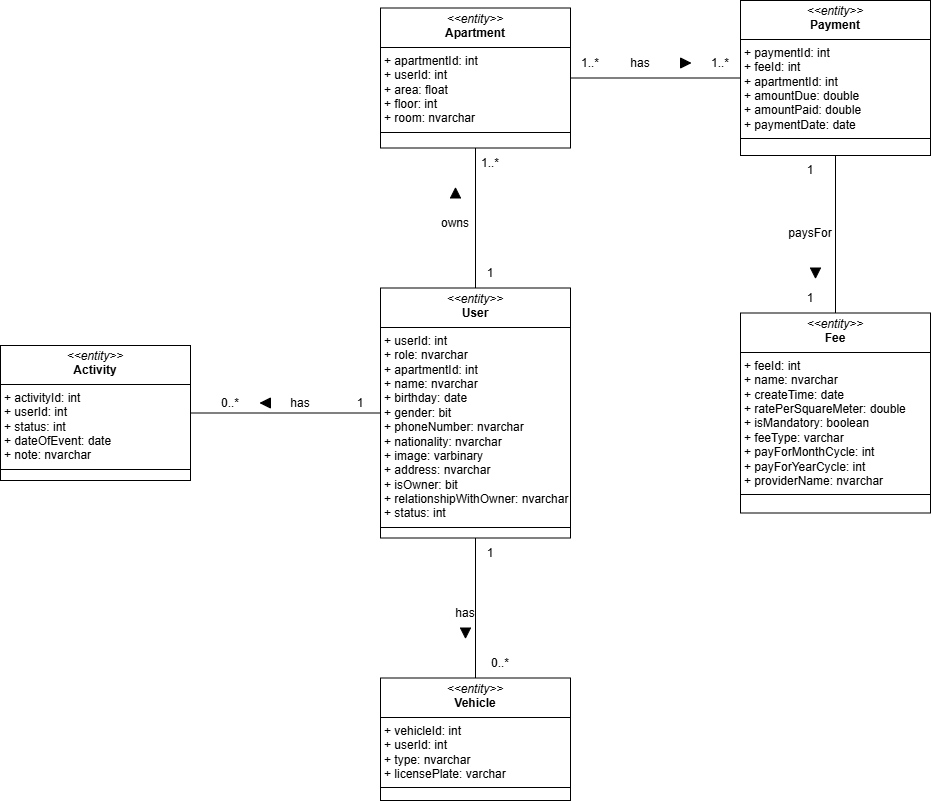
Before: Class-diagram/DomainClassDiagram.png, a diagram exported from draw.io (HuyEuler/Apartment-management-system). Source tidied: cells renumbered, new cells last; positions are measured from the earlier drawing's top-left corner, leaving out a move shared by most shapes. Its diagram source:
```xml
<mxGraphModel background="#ffffff">
  <root>
    <mxCell id="0" />
    <mxCell id="1" parent="0" />
    <mxCell id="2" value="&lt;p style=&quot;margin:0px;margin-top:4px;text-align:center;&quot;&gt;&lt;i&gt;&amp;lt;&amp;lt;entity&amp;gt;&amp;gt;&lt;/i&gt;&lt;br&gt;&lt;b&gt;User&lt;/b&gt;&lt;/p&gt;&lt;hr size=&quot;1&quot; style=&quot;border-style:solid;&quot;&gt;&lt;p style=&quot;margin:0px;margin-left:4px;&quot;&gt;+ userId: int&amp;nbsp;&amp;nbsp;&lt;/p&gt;&lt;p style=&quot;margin:0px;margin-left:4px;&quot;&gt;+ role: nvarchar&lt;/p&gt;&lt;p style=&quot;margin:0px;margin-left:4px;&quot;&gt;+ apartmentId: int&lt;/p&gt;&lt;p style=&quot;margin:0px;margin-left:4px;&quot;&gt;+ name: nvarchar&lt;/p&gt;&lt;p style=&quot;margin:0px;margin-left:4px;&quot;&gt;+ birthday: date&lt;/p&gt;&lt;p style=&quot;margin:0px;margin-left:4px;&quot;&gt;+ gender: bit&lt;/p&gt;&lt;p style=&quot;margin:0px;margin-left:4px;&quot;&gt;+ phoneNumber: nvarchar&lt;/p&gt;&lt;p style=&quot;margin:0px;margin-left:4px;&quot;&gt;+ nationality: nvarchar&lt;/p&gt;&lt;p style=&quot;margin:0px;margin-left:4px;&quot;&gt;+ image: varbinary&lt;/p&gt;&lt;p style=&quot;margin:0px;margin-left:4px;&quot;&gt;+ address: nvarchar&lt;/p&gt;&lt;p style=&quot;margin:0px;margin-left:4px;&quot;&gt;+ isOwner: bit&lt;br&gt;+ relationshipWithOwner: nvarchar&lt;br&gt;+ status: int&lt;/p&gt;&lt;hr size=&quot;1&quot; style=&quot;border-style:solid;&quot;&gt;&lt;p style=&quot;margin:0px;margin-left:4px;&quot;&gt;&lt;br&gt;&lt;/p&gt;" style="verticalAlign=top;align=left;overflow=fill;html=1;whiteSpace=wrap;" parent="1" vertex="1">
      <mxGeometry x="380" y="287.5" width="190" height="250" as="geometry" />
    </mxCell>
    <mxCell id="3" value="&lt;p style=&quot;margin:0px;margin-top:4px;text-align:center;&quot;&gt;&lt;i&gt;&amp;lt;&amp;lt;entity&amp;gt;&amp;gt;&lt;/i&gt;&lt;br&gt;&lt;b&gt;Apartment&lt;/b&gt;&lt;/p&gt;&lt;hr size=&quot;1&quot; style=&quot;border-style:solid;&quot;&gt;&lt;p style=&quot;margin:0px;margin-left:4px;&quot;&gt;+ apartmentId: int&amp;nbsp;&lt;/p&gt;&lt;p style=&quot;margin:0px;margin-left:4px;&quot;&gt;+ userId: int&amp;nbsp;&lt;/p&gt;&lt;p style=&quot;margin:0px;margin-left:4px;&quot;&gt;+ area: float&amp;nbsp;&amp;nbsp;&lt;/p&gt;&lt;p style=&quot;margin:0px;margin-left:4px;&quot;&gt;+ floor: int&lt;/p&gt;&lt;p style=&quot;margin:0px;margin-left:4px;&quot;&gt;+ room: nvarchar&lt;/p&gt;&lt;hr size=&quot;1&quot; style=&quot;border-style:solid;&quot;&gt;&lt;p style=&quot;margin:0px;margin-left:4px;&quot;&gt;&lt;br&gt;&lt;/p&gt;" style="verticalAlign=top;align=left;overflow=fill;html=1;whiteSpace=wrap;" parent="1" vertex="1">
      <mxGeometry x="380" y="7.5" width="190" height="140" as="geometry" />
    </mxCell>
    <mxCell id="4" value="&lt;p style=&quot;margin:0px;margin-top:4px;text-align:center;&quot;&gt;&lt;i&gt;&amp;lt;&amp;lt;entity&amp;gt;&amp;gt;&lt;/i&gt;&lt;br&gt;&lt;b&gt;Payment&lt;/b&gt;&lt;/p&gt;&lt;hr size=&quot;1&quot; style=&quot;border-style:solid;&quot;&gt;&lt;p style=&quot;margin:0px;margin-left:4px;&quot;&gt;+ paymentId: int&amp;nbsp;&amp;nbsp;&lt;/p&gt;&lt;p style=&quot;margin:0px;margin-left:4px;&quot;&gt;+ feeId: int&lt;br&gt;+ apartmentId: int&lt;/p&gt;&lt;p style=&quot;margin:0px;margin-left:4px;&quot;&gt;+ amountDue: double&amp;nbsp;&amp;nbsp;&lt;/p&gt;&lt;p style=&quot;margin:0px;margin-left:4px;&quot;&gt;+ amountPaid: double&lt;/p&gt;&lt;p style=&quot;margin:0px;margin-left:4px;&quot;&gt;+ paymentDate: date&lt;/p&gt;&lt;hr size=&quot;1&quot; style=&quot;border-style:solid;&quot;&gt;&lt;p style=&quot;margin:0px;margin-left:4px;&quot;&gt;&lt;br&gt;&lt;/p&gt;" style="verticalAlign=top;align=left;overflow=fill;html=1;whiteSpace=wrap;" parent="1" vertex="1">
      <mxGeometry x="740" width="190" height="155" as="geometry" />
    </mxCell>
    <mxCell id="5" value="&lt;p style=&quot;margin:0px;margin-top:4px;text-align:center;&quot;&gt;&lt;i&gt;&amp;lt;&amp;lt;entity&amp;gt;&amp;gt;&lt;/i&gt;&lt;br&gt;&lt;b&gt;Fee&lt;/b&gt;&lt;/p&gt;&lt;hr size=&quot;1&quot; style=&quot;border-style:solid;&quot;&gt;&lt;p style=&quot;margin:0px;margin-left:4px;&quot;&gt;+ feeId: int&amp;nbsp;&amp;nbsp;&lt;/p&gt;&lt;p style=&quot;margin:0px;margin-left:4px;&quot;&gt;+ name: nvarchar&lt;/p&gt;&lt;p style=&quot;margin:0px;margin-left:4px;&quot;&gt;+ createTime: date&lt;br&gt;+ ratePerSquareMeter: double&lt;br&gt;+ isMandatory: boolean&lt;br&gt;+ feeType: varchar&lt;/p&gt;&lt;p style=&quot;margin:0px;margin-left:4px;&quot;&gt;+ payForMonthCycle: int&lt;br&gt;+ payForYearCycle: int&lt;br&gt;+ providerName: nvarchar&lt;/p&gt;&lt;hr size=&quot;1&quot; style=&quot;border-style:solid;&quot;&gt;&lt;p style=&quot;margin:0px;margin-left:4px;&quot;&gt;&lt;br&gt;&lt;/p&gt;" style="verticalAlign=top;align=left;overflow=fill;html=1;whiteSpace=wrap;" parent="1" vertex="1">
      <mxGeometry x="740" y="312.5" width="190" height="200" as="geometry" />
    </mxCell>
    <mxCell id="6" value="&lt;p style=&quot;margin:0px;margin-top:4px;text-align:center;&quot;&gt;&lt;i&gt;&amp;lt;&amp;lt;entity&amp;gt;&amp;gt;&lt;/i&gt;&lt;br&gt;&lt;b&gt;Vehicle&lt;/b&gt;&lt;/p&gt;&lt;hr size=&quot;1&quot; style=&quot;border-style:solid;&quot;&gt;&lt;p style=&quot;margin:0px;margin-left:4px;&quot;&gt;+ vehicleId: int&amp;nbsp;&amp;nbsp;&lt;/p&gt;&lt;p style=&quot;margin:0px;margin-left:4px;&quot;&gt;+ userId: int&lt;/p&gt;&lt;p style=&quot;margin:0px;margin-left:4px;&quot;&gt;+ type: nvarchar&amp;nbsp;&amp;nbsp;&lt;/p&gt;&lt;p style=&quot;margin:0px;margin-left:4px;&quot;&gt;+ licensePlate: varchar&lt;/p&gt;&lt;hr size=&quot;1&quot; style=&quot;border-style:solid;&quot;&gt;&lt;p style=&quot;margin:0px;margin-left:4px;&quot;&gt;&lt;br&gt;&lt;/p&gt;" style="verticalAlign=top;align=left;overflow=fill;html=1;whiteSpace=wrap;" parent="1" vertex="1">
      <mxGeometry x="380" y="677.5" width="190" height="122.5" as="geometry" />
    </mxCell>
    <mxCell id="7" value="&lt;p style=&quot;margin:0px;margin-top:4px;text-align:center;&quot;&gt;&lt;i&gt;&amp;lt;&amp;lt;entity&amp;gt;&amp;gt;&lt;/i&gt;&lt;br&gt;&lt;b&gt;Activity&lt;/b&gt;&lt;/p&gt;&lt;hr size=&quot;1&quot; style=&quot;border-style:solid;&quot;&gt;&lt;p style=&quot;margin:0px;margin-left:4px;&quot;&gt;+ activityId: int&amp;nbsp;&amp;nbsp;&lt;/p&gt;&lt;p style=&quot;margin:0px;margin-left:4px;&quot;&gt;+ userId: int&lt;/p&gt;&lt;p style=&quot;margin:0px;margin-left:4px;&quot;&gt;+ status: int&lt;/p&gt;&lt;p style=&quot;margin:0px;margin-left:4px;&quot;&gt;+ dateOfEvent: date&amp;nbsp;&amp;nbsp;&lt;/p&gt;&lt;p style=&quot;margin:0px;margin-left:4px;&quot;&gt;+ note: nvarchar&lt;/p&gt;&lt;hr size=&quot;1&quot; style=&quot;border-style:solid;&quot;&gt;&lt;p style=&quot;margin:0px;margin-left:4px;&quot;&gt;&lt;br&gt;&lt;/p&gt;" style="verticalAlign=top;align=left;overflow=fill;html=1;whiteSpace=wrap;" parent="1" vertex="1">
      <mxGeometry y="345" width="190" height="135" as="geometry" />
    </mxCell>
    <mxCell id="8" style="endArrow=none;html=1;rounded=0;entryX=0.5;entryY=1;entryDx=0;entryDy=0;exitX=0.5;exitY=0;exitDx=0;exitDy=0;" parent="1" edge="1" source="2" target="3">
      <mxGeometry relative="1" as="geometry" />
    </mxCell>
    <mxCell id="9" style="endArrow=none;html=1;rounded=0;entryX=0.5;entryY=1;entryDx=0;entryDy=0;exitX=0.5;exitY=0;exitDx=0;exitDy=0;" parent="1" edge="1" source="6" target="2">
      <mxGeometry relative="1" as="geometry" />
    </mxCell>
    <mxCell id="10" style="endArrow=none;html=1;rounded=0;entryX=0;entryY=0.5;entryDx=0;entryDy=0;exitX=1;exitY=0.5;exitDx=0;exitDy=0;" parent="1" edge="1" source="7" target="2">
      <mxGeometry relative="1" as="geometry" />
    </mxCell>
    <mxCell id="11" style="endArrow=none;html=1;rounded=0;entryX=1;entryY=0.5;entryDx=0;entryDy=0;exitX=0;exitY=0.5;exitDx=0;exitDy=0;" parent="1" edge="1" source="4" target="3">
      <mxGeometry relative="1" as="geometry" />
    </mxCell>
    <mxCell id="12" style="endArrow=none;html=1;rounded=0;entryX=0.5;entryY=0;entryDx=0;entryDy=0;exitX=0.5;exitY=1;exitDx=0;exitDy=0;" parent="1" edge="1" source="4" target="5">
      <mxGeometry relative="1" as="geometry" />
    </mxCell>
    <mxCell id="13" value="0..*" style="text;html=1;align=center;verticalAlign=middle;whiteSpace=wrap;rounded=0;" parent="1" vertex="1">
      <mxGeometry x="200" y="387.5" width="60" height="30" as="geometry" />
    </mxCell>
    <mxCell id="14" value="1" style="text;html=1;align=center;verticalAlign=middle;whiteSpace=wrap;rounded=0;" parent="1" vertex="1">
      <mxGeometry x="330" y="387.5" width="60" height="30" as="geometry" />
    </mxCell>
    <mxCell id="15" value="1..*" style="text;html=1;align=center;verticalAlign=middle;whiteSpace=wrap;rounded=0;" parent="1" vertex="1">
      <mxGeometry x="460" y="147.5" width="60" height="30" as="geometry" />
    </mxCell>
    <mxCell id="16" value="1" style="text;html=1;align=center;verticalAlign=middle;whiteSpace=wrap;rounded=0;" parent="1" vertex="1">
      <mxGeometry x="460" y="257.5" width="60" height="30" as="geometry" />
    </mxCell>
    <mxCell id="17" value="1" style="text;html=1;align=center;verticalAlign=middle;whiteSpace=wrap;rounded=0;" parent="1" vertex="1">
      <mxGeometry x="460" y="537.5" width="60" height="30" as="geometry" />
    </mxCell>
    <mxCell id="18" value="0..*" style="text;html=1;align=center;verticalAlign=middle;whiteSpace=wrap;rounded=0;" parent="1" vertex="1">
      <mxGeometry x="470" y="647.5" width="60" height="30" as="geometry" />
    </mxCell>
    <mxCell id="19" value="1..*" style="text;html=1;align=center;verticalAlign=middle;whiteSpace=wrap;rounded=0;" parent="1" vertex="1">
      <mxGeometry x="560" y="47.5" width="60" height="30" as="geometry" />
    </mxCell>
    <mxCell id="20" value="1..*" style="text;html=1;align=center;verticalAlign=middle;whiteSpace=wrap;rounded=0;" parent="1" vertex="1">
      <mxGeometry x="690" y="47.5" width="60" height="30" as="geometry" />
    </mxCell>
    <mxCell id="21" value="1" style="text;html=1;align=center;verticalAlign=middle;whiteSpace=wrap;rounded=0;" parent="1" vertex="1">
      <mxGeometry x="780" y="155" width="60" height="30" as="geometry" />
    </mxCell>
    <mxCell id="22" value="1" style="text;html=1;align=center;verticalAlign=middle;whiteSpace=wrap;rounded=0;" parent="1" vertex="1">
      <mxGeometry x="780" y="282.5" width="60" height="30" as="geometry" />
    </mxCell>
    <mxCell id="23" style="triangle;whiteSpace=wrap;html=1;direction=north;fillColor=light-dark(#000000,#EDEDED);" parent="1" vertex="1">
      <mxGeometry x="450" y="187.5" width="10" height="10" as="geometry" />
    </mxCell>
    <mxCell id="24" value="owns" style="text;html=1;align=center;verticalAlign=middle;whiteSpace=wrap;rounded=0;" parent="1" vertex="1">
      <mxGeometry x="425" y="207.5" width="60" height="30" as="geometry" />
    </mxCell>
    <mxCell id="25" style="triangle;whiteSpace=wrap;html=1;direction=west;fillColor=light-dark(#000000,#EDEDED);" parent="1" vertex="1">
      <mxGeometry x="260" y="397.5" width="10" height="10" as="geometry" />
    </mxCell>
    <mxCell id="26" value="has" style="text;html=1;align=center;verticalAlign=middle;whiteSpace=wrap;rounded=0;" parent="1" vertex="1">
      <mxGeometry x="270" y="387.5" width="60" height="30" as="geometry" />
    </mxCell>
    <mxCell id="27" style="triangle;whiteSpace=wrap;html=1;direction=south;fillColor=light-dark(#000000,#EDEDED);" parent="1" vertex="1">
      <mxGeometry x="460" y="627.5" width="10" height="10" as="geometry" />
    </mxCell>
    <mxCell id="28" value="has" style="text;html=1;align=center;verticalAlign=middle;whiteSpace=wrap;rounded=0;" parent="1" vertex="1">
      <mxGeometry x="435" y="597.5" width="60" height="30" as="geometry" />
    </mxCell>
    <mxCell id="29" style="triangle;whiteSpace=wrap;html=1;direction=east;fillColor=light-dark(#000000,#EDEDED);" parent="1" vertex="1">
      <mxGeometry x="680" y="57.5" width="10" height="10" as="geometry" />
    </mxCell>
    <mxCell id="30" value="has" style="text;html=1;align=center;verticalAlign=middle;whiteSpace=wrap;rounded=0;" parent="1" vertex="1">
      <mxGeometry x="610" y="47.5" width="60" height="30" as="geometry" />
    </mxCell>
    <mxCell id="31" style="triangle;whiteSpace=wrap;html=1;direction=south;fillColor=light-dark(#000000,#EDEDED);" parent="1" vertex="1">
      <mxGeometry x="810" y="267.5" width="10" height="10" as="geometry" />
    </mxCell>
    <mxCell id="32" value="paysFor" style="text;html=1;align=center;verticalAlign=middle;whiteSpace=wrap;rounded=0;" parent="1" vertex="1">
      <mxGeometry x="780" y="217.5" width="60" height="30" as="geometry" />
    </mxCell>
  </root>
</mxGraphModel>
```
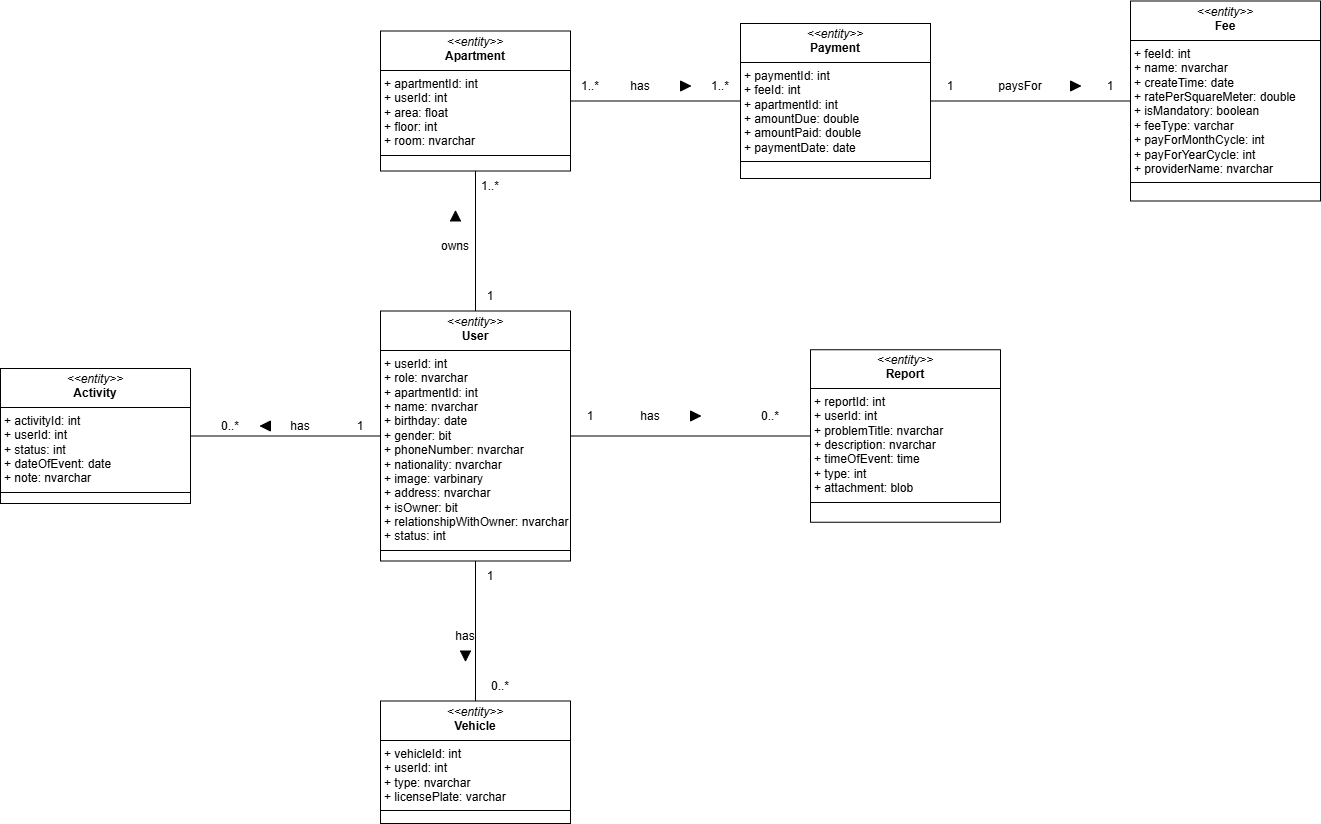
After the commit.

Commit message:
fix: domain class

Diff of the diagram source:
```diff
@@ -12,7 +12,7 @@
       <mxGeometry x="740" width="190" height="155" as="geometry" />
     </mxCell>
     <mxCell id="5" value="&lt;p style=&quot;margin:0px;margin-top:4px;text-align:center;&quot;&gt;&lt;i&gt;&amp;lt;&amp;lt;entity&amp;gt;&amp;gt;&lt;/i&gt;&lt;br&gt;&lt;b&gt;Fee&lt;/b&gt;&lt;/p&gt;&lt;hr size=&quot;1&quot; style=&quot;border-style:solid;&quot;&gt;&lt;p style=&quot;margin:0px;margin-left:4px;&quot;&gt;+ feeId: int&amp;nbsp;&amp;nbsp;&lt;/p&gt;&lt;p style=&quot;margin:0px;margin-left:4px;&quot;&gt;+ name: nvarchar&lt;/p&gt;&lt;p style=&quot;margin:0px;margin-left:4px;&quot;&gt;+ createTime: date&lt;br&gt;+ ratePerSquareMeter: double&lt;br&gt;+ isMandatory: boolean&lt;br&gt;+ feeType: varchar&lt;/p&gt;&lt;p style=&quot;margin:0px;margin-left:4px;&quot;&gt;+ payForMonthCycle: int&lt;br&gt;+ payForYearCycle: int&lt;br&gt;+ providerName: nvarchar&lt;/p&gt;&lt;hr size=&quot;1&quot; style=&quot;border-style:solid;&quot;&gt;&lt;p style=&quot;margin:0px;margin-left:4px;&quot;&gt;&lt;br&gt;&lt;/p&gt;" style="verticalAlign=top;align=left;overflow=fill;html=1;whiteSpace=wrap;" parent="1" vertex="1">
-      <mxGeometry x="740" y="312.5" width="190" height="200" as="geometry" />
+      <mxGeometry x="1130" y="-22.5" width="190" height="200" as="geometry" />
     </mxCell>
     <mxCell id="6" value="&lt;p style=&quot;margin:0px;margin-top:4px;text-align:center;&quot;&gt;&lt;i&gt;&amp;lt;&amp;lt;entity&amp;gt;&amp;gt;&lt;/i&gt;&lt;br&gt;&lt;b&gt;Vehicle&lt;/b&gt;&lt;/p&gt;&lt;hr size=&quot;1&quot; style=&quot;border-style:solid;&quot;&gt;&lt;p style=&quot;margin:0px;margin-left:4px;&quot;&gt;+ vehicleId: int&amp;nbsp;&amp;nbsp;&lt;/p&gt;&lt;p style=&quot;margin:0px;margin-left:4px;&quot;&gt;+ userId: int&lt;/p&gt;&lt;p style=&quot;margin:0px;margin-left:4px;&quot;&gt;+ type: nvarchar&amp;nbsp;&amp;nbsp;&lt;/p&gt;&lt;p style=&quot;margin:0px;margin-left:4px;&quot;&gt;+ licensePlate: varchar&lt;/p&gt;&lt;hr size=&quot;1&quot; style=&quot;border-style:solid;&quot;&gt;&lt;p style=&quot;margin:0px;margin-left:4px;&quot;&gt;&lt;br&gt;&lt;/p&gt;" style="verticalAlign=top;align=left;overflow=fill;html=1;whiteSpace=wrap;" parent="1" vertex="1">
       <mxGeometry x="380" y="677.5" width="190" height="122.5" as="geometry" />
@@ -32,7 +32,7 @@
     <mxCell id="11" style="endArrow=none;html=1;rounded=0;entryX=1;entryY=0.5;entryDx=0;entryDy=0;exitX=0;exitY=0.5;exitDx=0;exitDy=0;" parent="1" edge="1" source="4" target="3">
       <mxGeometry relative="1" as="geometry" />
     </mxCell>
-    <mxCell id="12" style="endArrow=none;html=1;rounded=0;entryX=0.5;entryY=0;entryDx=0;entryDy=0;exitX=0.5;exitY=1;exitDx=0;exitDy=0;" parent="1" edge="1" source="4" target="5">
+    <mxCell id="12" style="endArrow=none;html=1;rounded=0;entryX=0;entryY=0.5;entryDx=0;entryDy=0;exitX=1;exitY=0.5;exitDx=0;exitDy=0;" parent="1" edge="1" source="4" target="5">
       <mxGeometry relative="1" as="geometry" />
     </mxCell>
     <mxCell id="13" value="0..*" style="text;html=1;align=center;verticalAlign=middle;whiteSpace=wrap;rounded=0;" parent="1" vertex="1">
@@ -60,10 +60,10 @@
       <mxGeometry x="690" y="47.5" width="60" height="30" as="geometry" />
     </mxCell>
     <mxCell id="21" value="1" style="text;html=1;align=center;verticalAlign=middle;whiteSpace=wrap;rounded=0;" parent="1" vertex="1">
-      <mxGeometry x="780" y="155" width="60" height="30" as="geometry" />
+      <mxGeometry x="920" y="47.5" width="60" height="30" as="geometry" />
     </mxCell>
     <mxCell id="22" value="1" style="text;html=1;align=center;verticalAlign=middle;whiteSpace=wrap;rounded=0;" parent="1" vertex="1">
-      <mxGeometry x="780" y="282.5" width="60" height="30" as="geometry" />
+      <mxGeometry x="1080" y="47.5" width="60" height="30" as="geometry" />
     </mxCell>
     <mxCell id="23" style="triangle;whiteSpace=wrap;html=1;direction=north;fillColor=light-dark(#000000,#EDEDED);" parent="1" vertex="1">
       <mxGeometry x="450" y="187.5" width="10" height="10" as="geometry" />
@@ -89,11 +89,29 @@
     <mxCell id="30" value="has" style="text;html=1;align=center;verticalAlign=middle;whiteSpace=wrap;rounded=0;" parent="1" vertex="1">
       <mxGeometry x="610" y="47.5" width="60" height="30" as="geometry" />
     </mxCell>
-    <mxCell id="31" style="triangle;whiteSpace=wrap;html=1;direction=south;fillColor=light-dark(#000000,#EDEDED);" parent="1" vertex="1">
-      <mxGeometry x="810" y="267.5" width="10" height="10" as="geometry" />
+    <mxCell id="31" style="triangle;whiteSpace=wrap;html=1;direction=east;fillColor=light-dark(#000000,#EDEDED);" parent="1" vertex="1">
+      <mxGeometry x="1070" y="57.5" width="10" height="10" as="geometry" />
     </mxCell>
     <mxCell id="32" value="paysFor" style="text;html=1;align=center;verticalAlign=middle;whiteSpace=wrap;rounded=0;" parent="1" vertex="1">
-      <mxGeometry x="780" y="217.5" width="60" height="30" as="geometry" />
+      <mxGeometry x="990" y="47.5" width="60" height="30" as="geometry" />
     </mxCell>
+    <mxCell id="33" value="&lt;p style=&quot;margin:0px;margin-top:4px;text-align:center;&quot;&gt;&lt;i&gt;&amp;lt;&amp;lt;entity&amp;gt;&amp;gt;&lt;/i&gt;&lt;br&gt;&lt;b&gt;Report&lt;/b&gt;&lt;/p&gt;&lt;hr size=&quot;1&quot; style=&quot;border-style:solid;&quot;&gt;&lt;p style=&quot;margin:0px;margin-left:4px;&quot;&gt;+ reportId: int&amp;nbsp;&amp;nbsp;&lt;/p&gt;&lt;p style=&quot;margin:0px;margin-left:4px;&quot;&gt;+ userId: int&lt;/p&gt;&lt;p style=&quot;margin:0px;margin-left:4px;&quot;&gt;+ problemTitle: nvarchar&lt;/p&gt;&lt;p style=&quot;margin:0px;margin-left:4px;&quot;&gt;+ description&lt;span style=&quot;background-color: transparent; color: light-dark(rgb(0, 0, 0), rgb(255, 255, 255));&quot;&gt;: nvarchar&lt;/span&gt;&lt;/p&gt;&lt;p style=&quot;margin:0px;margin-left:4px;&quot;&gt;+ timeOfEvent: time&lt;/p&gt;&lt;p style=&quot;margin:0px;margin-left:4px;&quot;&gt;+ type: int&amp;nbsp;&lt;/p&gt;&lt;p style=&quot;margin:0px;margin-left:4px;&quot;&gt;+ attachment: blob&lt;/p&gt;&lt;hr size=&quot;1&quot; style=&quot;border-style:solid;&quot;&gt;&lt;p style=&quot;margin:0px;margin-left:4px;&quot;&gt;&lt;br&gt;&lt;/p&gt;" style="verticalAlign=top;align=left;overflow=fill;html=1;whiteSpace=wrap;" parent="1" vertex="1">
+      <mxGeometry x="810" y="326.2" width="190" height="172.5" as="geometry" />
+    </mxCell>
+    <mxCell id="34" style="endArrow=none;html=1;rounded=0;exitX=0;exitY=0.5;exitDx=0;exitDy=0;entryX=1;entryY=0.5;entryDx=0;entryDy=0;" parent="1" edge="1" source="33" target="2">
+      <mxGeometry relative="1" as="geometry" />
+    </mxCell>
+    <mxCell id="35" value="1" style="text;html=1;align=center;verticalAlign=middle;whiteSpace=wrap;rounded=0;" parent="1" vertex="1">
+      <mxGeometry x="560" y="377.5" width="60" height="30" as="geometry" />
+    </mxCell>
+    <mxCell id="36" value="0..*" style="text;html=1;align=center;verticalAlign=middle;whiteSpace=wrap;rounded=0;" parent="1" vertex="1">
+      <mxGeometry x="740" y="377.5" width="60" height="30" as="geometry" />
+    </mxCell>
+    <mxCell id="37" value="has" style="text;html=1;align=center;verticalAlign=middle;whiteSpace=wrap;rounded=0;" parent="1" vertex="1">
+      <mxGeometry x="620" y="377.5" width="60" height="30" as="geometry" />
+    </mxCell>
+    <mxCell id="38" style="triangle;whiteSpace=wrap;html=1;direction=east;fillColor=light-dark(#000000,#EDEDED);" parent="1" vertex="1">
+      <mxGeometry x="690" y="387.5" width="10" height="10" as="geometry" />
+    </mxCell>
   </root>
 </mxGraphModel>
```
